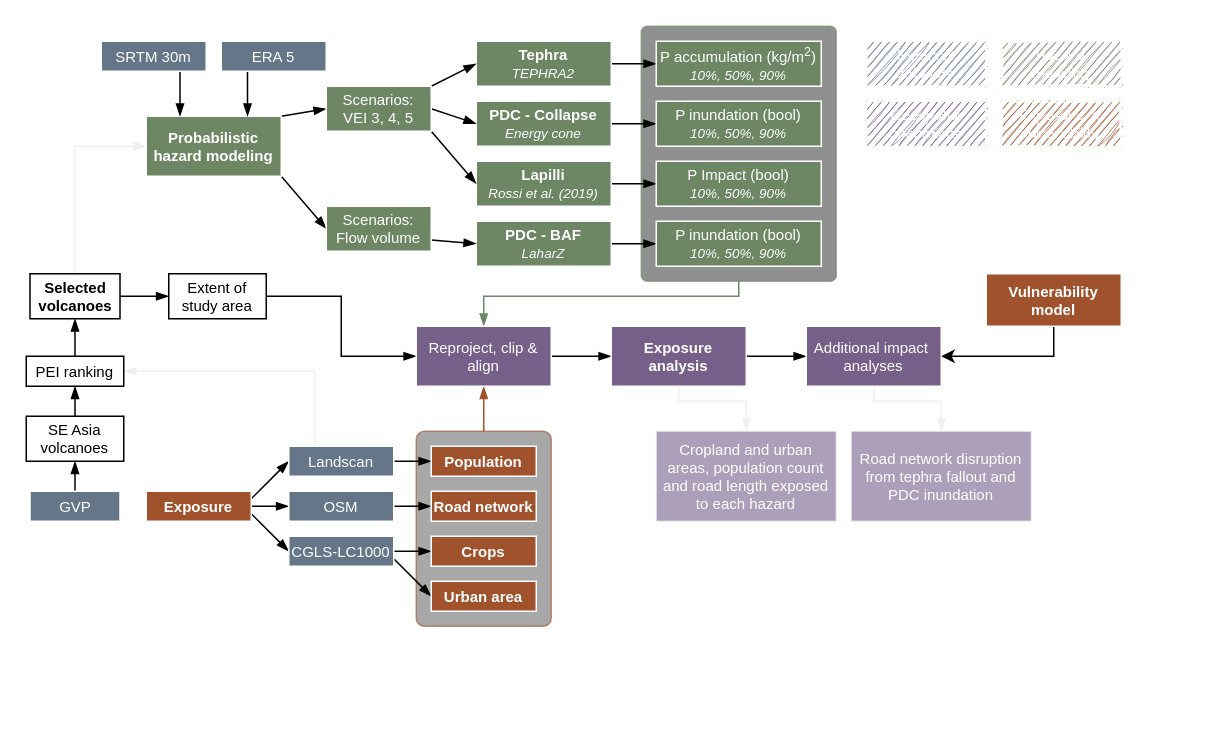
Before: workflow.drawio in vharg/VolcGIS, a draw.io diagram. Source tidied: cells renumbered, new cells numbered last; positions are measured from the earlier drawing's top-left corner, leaving out a move shared by most shapes. Both pictures are drawn from the tidied source at 150%, with x=0, y=0 at pixel (26, 26).
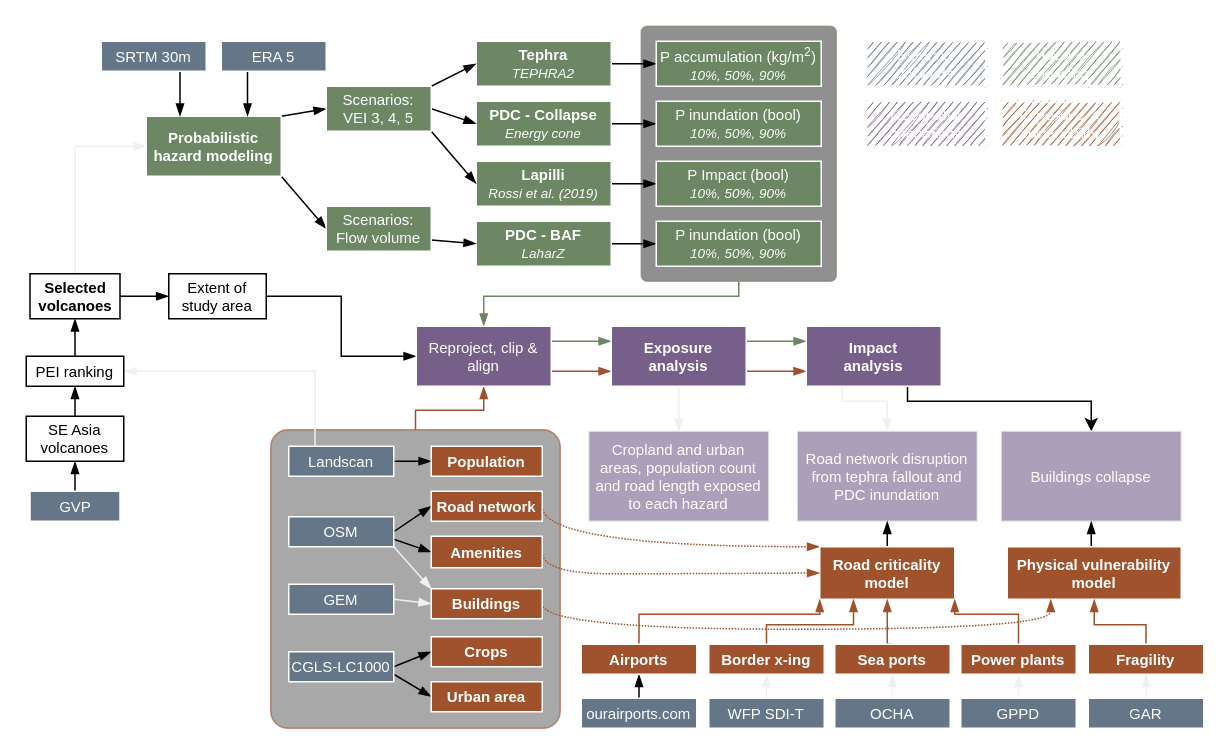
The same diagram, later.

The change refers to these unchanged cells:
```xml
<mxCell id="36" value="Landscan" style="rounded=0;whiteSpace=wrap;html=1;fontSize=10;fillColor=#647687;fontColor=#ffffff;strokeColor=#FFFFFF;" parent="1" vertex="1">
  <mxGeometry x="175" y="280" width="70" height="20" as="geometry" />
</mxCell>
<mxCell id="47" value="Reproject, clip &amp;amp; align" style="rounded=0;whiteSpace=wrap;html=1;fontSize=10;fillColor=#76608a;fontColor=#ffffff;strokeColor=#FFFFFF;" parent="1" vertex="1">
  <mxGeometry x="260" y="200" width="90" height="40" as="geometry" />
</mxCell>
<mxCell id="54" value="Exposure &lt;br&gt;analysis" style="rounded=0;whiteSpace=wrap;html=1;fontSize=10;fillColor=#76608a;fontColor=#ffffff;strokeColor=#FFFFFF;fontStyle=1;" parent="1" vertex="1">
  <mxGeometry x="390" y="200" width="90" height="40" as="geometry" />
</mxCell>
```

The edit, as a diff of the source:
```diff
@@
     <mxCell id="2" style="edgeStyle=orthogonalEdgeStyle;rounded=0;jumpSize=6;jettySize=auto;html=1;startArrow=none;startFill=0;endArrow=blockThin;endFill=1;strokeWidth=1;fontSize=10;strokeColor=#A0522D;" parent="1" edge="1" source="3" target="47">
-      <mxGeometry relative="1" as="geometry" />
+      <mxGeometry relative="1" as="geometry">
+        <Array as="points">
+          <mxPoint x="260" y="256" />
+          <mxPoint x="305" y="256" />
+        </Array>
+      </mxGeometry>
     </mxCell>
     <mxCell id="3" style="rounded=1;whiteSpace=wrap;html=1;shadow=0;strokeWidth=1;fontSize=10;opacity=60;arcSize=6;fillColor=#6E6E6E;strokeColor=#A0522D;" parent="1" vertex="1">
-      <mxGeometry x="260" y="270" width="90" height="130" as="geometry" />
+      <mxGeometry x="163" y="269" width="193" height="199" as="geometry" />
     </mxCell>
@@
-    <mxCell id="12" style="edgeStyle=none;rounded=0;jettySize=auto;html=1;exitX=1;exitY=0.25;exitDx=0;exitDy=0;entryX=0;entryY=0.5;entryDx=0;entryDy=0;endArrow=blockThin;endFill=1;fontSize=10;" parent="1" edge="1" source="15" target="36">
-      <mxGeometry relative="1" as="geometry" />
-    </mxCell>
-    <mxCell id="13" style="edgeStyle=none;rounded=0;jettySize=auto;html=1;exitX=1;exitY=0.5;exitDx=0;exitDy=0;entryX=0;entryY=0.5;entryDx=0;entryDy=0;endArrow=blockThin;endFill=1;fontSize=10;" parent="1" edge="1" source="15" target="41">
-      <mxGeometry relative="1" as="geometry" />
-    </mxCell>
-    <mxCell id="14" style="edgeStyle=none;rounded=0;jettySize=auto;html=1;exitX=1;exitY=0.75;exitDx=0;exitDy=0;entryX=0;entryY=0.5;entryDx=0;entryDy=0;endArrow=blockThin;endFill=1;fontSize=10;" parent="1" edge="1" source="15" target="39">
-      <mxGeometry relative="1" as="geometry" />
-    </mxCell>
-    <mxCell id="15" value="Exposure" style="rounded=0;whiteSpace=wrap;html=1;fontSize=10;fillColor=#a0522d;fontColor=#ffffff;strokeColor=#FFFFFF;fontStyle=1;" parent="1" vertex="1">
-      <mxGeometry x="80" y="310" width="70" height="20" as="geometry" />
-    </mxCell>
@@
     <mxCell id="39" value="CGLS-LC1000" style="rounded=0;whiteSpace=wrap;html=1;fontSize=10;fillColor=#647687;fontColor=#ffffff;strokeColor=#FFFFFF;" parent="1" vertex="1">
-      <mxGeometry x="175" y="340" width="70" height="20" as="geometry" />
+      <mxGeometry x="175" y="417" width="70" height="20" as="geometry" />
     </mxCell>
@@
+    <mxCell id="73" style="rounded=0;jettySize=auto;html=1;exitX=1;exitY=0.75;exitDx=0;exitDy=0;entryX=0;entryY=0.5;entryDx=0;entryDy=0;endArrow=blockThin;endFill=1;" parent="1" edge="1" source="41" target="86">
+      <mxGeometry relative="1" as="geometry" />
+    </mxCell>
+    <mxCell id="74" style="edgeStyle=none;rounded=0;jettySize=auto;html=1;exitX=1;exitY=1;exitDx=0;exitDy=0;entryX=0;entryY=0;entryDx=0;entryDy=0;endArrow=blockThin;endFill=1;strokeColor=#f0f0f0;" parent="1" edge="1" source="41" target="88">
+      <mxGeometry relative="1" as="geometry" />
+    </mxCell>
     <mxCell id="41" value="OSM" style="rounded=0;whiteSpace=wrap;html=1;fontSize=10;fillColor=#647687;fontColor=#ffffff;strokeColor=#FFFFFF;" parent="1" vertex="1">
-      <mxGeometry x="175" y="310" width="70" height="20" as="geometry" />
+      <mxGeometry x="175" y="327" width="70" height="20" as="geometry" />
     </mxCell>
+    <mxCell id="75" style="edgeStyle=orthogonalEdgeStyle;rounded=0;jettySize=auto;html=1;exitX=1;exitY=0.5;exitDx=0;exitDy=0;entryX=0;entryY=0;entryDx=0;entryDy=0;dashed=1;dashPattern=1 1;endArrow=blockThin;endFill=1;strokeColor=#A0522D;curved=1;" parent="1" edge="1" source="42" target="70">
+      <mxGeometry relative="1" as="geometry">
+        <Array as="points">
+          <mxPoint x="344" y="347" />
+        </Array>
+      </mxGeometry>
+    </mxCell>
     <mxCell id="42" value="Road network" style="rounded=0;whiteSpace=wrap;html=1;fontSize=10;fillColor=#a0522d;fontColor=#ffffff;strokeColor=#FFFFFF;fontStyle=1;" parent="1" vertex="1">
-      <mxGeometry x="270" y="310" width="70" height="20" as="geometry" />
+      <mxGeometry x="270" y="310" width="74" height="20" as="geometry" />
     </mxCell>
     <mxCell id="43" value="Crops" style="rounded=0;whiteSpace=wrap;html=1;fontSize=10;fillColor=#a0522d;fontColor=#ffffff;strokeColor=#FFFFFF;fontStyle=1;" parent="1" vertex="1">
-      <mxGeometry x="270" y="340" width="70" height="20" as="geometry" />
+      <mxGeometry x="270" y="407" width="74" height="20" as="geometry" />
     </mxCell>
     <mxCell id="44" value="Urban area" style="rounded=0;whiteSpace=wrap;html=1;fontSize=10;fillColor=#a0522d;fontColor=#ffffff;strokeColor=#FFFFFF;fontStyle=1;" parent="1" vertex="1">
-      <mxGeometry x="270" y="370" width="70" height="20" as="geometry" />
+      <mxGeometry x="270" y="437" width="74" height="20" as="geometry" />
     </mxCell>
     <mxCell id="45" value="Population" style="rounded=0;whiteSpace=wrap;html=1;fontSize=10;fillColor=#a0522d;fontColor=#ffffff;strokeColor=#FFFFFF;fontStyle=1;" parent="1" vertex="1">
-      <mxGeometry x="270" y="280" width="70" height="20" as="geometry" />
+      <mxGeometry x="270" y="280" width="74" height="20" as="geometry" />
     </mxCell>
-    <mxCell id="46" style="edgeStyle=orthogonalEdgeStyle;rounded=0;jumpSize=6;jettySize=auto;html=1;exitX=1;exitY=0.5;exitDx=0;exitDy=0;startArrow=none;startFill=0;endArrow=blockThin;endFill=1;strokeWidth=1;fontSize=10;" parent="1" edge="1" source="47" target="54">
-      <mxGeometry relative="1" as="geometry" />
-    </mxCell>
+    <mxCell id="76" style="edgeStyle=orthogonalEdgeStyle;rounded=0;jettySize=auto;html=1;exitX=1;exitY=0.25;exitDx=0;exitDy=0;entryX=0;entryY=0.25;entryDx=0;entryDy=0;endArrow=blockThin;endFill=1;strokeColor=#6D8764;" parent="1" edge="1" source="47" target="54">
+      <mxGeometry relative="1" as="geometry" />
+    </mxCell>
+    <mxCell id="77" style="edgeStyle=orthogonalEdgeStyle;rounded=0;jettySize=auto;html=1;exitX=1;exitY=0.75;exitDx=0;exitDy=0;entryX=0;entryY=0.75;entryDx=0;entryDy=0;endArrow=blockThin;endFill=1;strokeColor=#A0522D;" parent="1" edge="1" source="47" target="54">
+      <mxGeometry relative="1" as="geometry" />
+    </mxCell>
@@
-    <mxCell id="52" style="edgeStyle=orthogonalEdgeStyle;rounded=0;jumpSize=6;jettySize=auto;html=1;exitX=1;exitY=0.5;exitDx=0;exitDy=0;entryX=0;entryY=0.5;entryDx=0;entryDy=0;startArrow=none;startFill=0;endArrow=blockThin;endFill=1;strokeWidth=1;fontSize=10;" parent="1" edge="1" source="54" target="64">
-      <mxGeometry relative="1" as="geometry" />
-    </mxCell>
     <mxCell id="53" style="edgeStyle=orthogonalEdgeStyle;rounded=0;jumpSize=4;jettySize=auto;html=1;exitX=0.5;exitY=1;exitDx=0;exitDy=0;entryX=0.5;entryY=0;entryDx=0;entryDy=0;startArrow=none;startFill=0;endArrow=blockThin;endFill=1;strokeColor=#F0F0F0;strokeWidth=1;fontSize=10;" parent="1" edge="1" source="54" target="65">
       <mxGeometry relative="1" as="geometry">
         <Array as="points">
-          <mxPoint x="435" y="250" />
-          <mxPoint x="480" y="250" />
+          <mxPoint x="435" y="260" />
+          <mxPoint x="435" y="260" />
         </Array>
       </mxGeometry>
     </mxCell>
+    <mxCell id="78" style="edgeStyle=orthogonalEdgeStyle;rounded=0;jettySize=auto;html=1;exitX=1;exitY=0.25;exitDx=0;exitDy=0;entryX=0;entryY=0.25;entryDx=0;entryDy=0;endArrow=blockThin;endFill=1;strokeColor=#6D8764;" parent="1" edge="1" source="54" target="64">
+      <mxGeometry relative="1" as="geometry" />
+    </mxCell>
+    <mxCell id="79" style="edgeStyle=orthogonalEdgeStyle;rounded=0;jettySize=auto;html=1;exitX=1;exitY=0.75;exitDx=0;exitDy=0;entryX=0;entryY=0.75;entryDx=0;entryDy=0;endArrow=blockThin;endFill=1;strokeColor=#A0522D;" parent="1" edge="1" source="54" target="64">
+      <mxGeometry relative="1" as="geometry" />
+    </mxCell>
@@
     <mxCell id="63" style="edgeStyle=orthogonalEdgeStyle;rounded=0;jumpSize=4;jettySize=auto;html=1;exitX=0.5;exitY=1;exitDx=0;exitDy=0;entryX=0.5;entryY=0;entryDx=0;entryDy=0;startArrow=none;startFill=0;endArrow=blockThin;endFill=1;strokeColor=#F0F0F0;strokeWidth=1;fontSize=10;" parent="1" edge="1" source="64" target="66">
       <mxGeometry relative="1" as="geometry">
         <Array as="points">
-          <mxPoint x="565" y="250" />
-          <mxPoint x="610" y="250" />
+          <mxPoint x="544" y="240" />
+          <mxPoint x="544" y="250" />
+          <mxPoint x="574" y="250" />
         </Array>
       </mxGeometry>
     </mxCell>
+    <mxCell id="80" style="edgeStyle=orthogonalEdgeStyle;rounded=0;jettySize=auto;html=1;exitX=0.75;exitY=1;exitDx=0;exitDy=0;entryX=0.5;entryY=0;entryDx=0;entryDy=0;" parent="1" edge="1" source="64" target="82">
+      <mxGeometry relative="1" as="geometry">
+        <Array as="points">
+          <mxPoint x="588" y="250" />
+          <mxPoint x="710" y="250" />
+        </Array>
+      </mxGeometry>
+    </mxCell>
-    <mxCell id="64" value="Additional impact&amp;nbsp;&lt;br&gt;analyses" style="rounded=0;whiteSpace=wrap;html=1;fontSize=10;fillColor=#76608a;fontColor=#ffffff;strokeColor=#FFFFFF;" parent="1" vertex="1">
+    <mxCell id="64" value="&lt;b&gt;Impact&lt;br&gt;analysis&lt;/b&gt;" style="rounded=0;whiteSpace=wrap;html=1;fontSize=10;fillColor=#76608a;fontColor=#ffffff;strokeColor=#FFFFFF;" parent="1" vertex="1">
       <mxGeometry x="520" y="200" width="90" height="40" as="geometry" />
     </mxCell>
     <mxCell id="65" value="&lt;span style=&quot;color: rgb(255, 255, 255);&quot;&gt;Cropland and urban areas, population count and road length exposed to each hazard&lt;/span&gt;" style="rounded=0;whiteSpace=wrap;html=1;shadow=0;strokeWidth=1;fillColor=#76608a;fontSize=10;fontColor=#ffffff;strokeColor=#F0F0F0;align=center;opacity=60;" parent="1" vertex="1">
-      <mxGeometry x="420" y="270" width="120" height="60" as="geometry" />
+      <mxGeometry x="375" y="270" width="120" height="60" as="geometry" />
     </mxCell>
     <mxCell id="66" value="&lt;span style=&quot;color: rgb(255 , 255 , 255)&quot;&gt;Road network disruption from tephra fallout and PDC inundation&lt;/span&gt;" style="rounded=0;whiteSpace=wrap;html=1;shadow=0;strokeWidth=1;fillColor=#76608a;fontSize=10;fontColor=#ffffff;strokeColor=#F0F0F0;align=center;opacity=60;" parent="1" vertex="1">
-      <mxGeometry x="550" y="270" width="120" height="60" as="geometry" />
+      <mxGeometry x="514" y="270" width="120" height="60" as="geometry" />
     </mxCell>
@@
-    <mxCell id="69" style="edgeStyle=orthogonalEdgeStyle;rounded=0;jettySize=auto;html=1;exitX=0.5;exitY=1;exitDx=0;exitDy=0;entryX=1;entryY=0.5;entryDx=0;entryDy=0;fontFamily=Comic Sans MS;" parent="1" edge="1" source="70" target="64">
-      <mxGeometry relative="1" as="geometry" />
-    </mxCell>
+    <mxCell id="81" style="edgeStyle=orthogonalEdgeStyle;rounded=0;jettySize=auto;html=1;exitX=0.5;exitY=0;exitDx=0;exitDy=0;entryX=0.5;entryY=1;entryDx=0;entryDy=0;endArrow=blockThin;endFill=1;" parent="1" edge="1" source="70" target="66">
+      <mxGeometry relative="1" as="geometry" />
+    </mxCell>
-    <mxCell id="70" value="Vulnerability model" style="rounded=0;whiteSpace=wrap;html=1;fontSize=10;fillColor=#a0522d;fontColor=#ffffff;strokeColor=#FFFFFF;fontStyle=1;" parent="1" vertex="1">
-      <mxGeometry x="640" y="165" width="90" height="35" as="geometry" />
+    <mxCell id="70" value="Road criticality&lt;br&gt;model" style="rounded=0;whiteSpace=wrap;html=1;fontSize=10;fillColor=#a0522d;fontColor=#ffffff;strokeColor=#FFFFFF;fontStyle=1;" parent="1" vertex="1">
+      <mxGeometry x="529" y="347" width="90" height="35" as="geometry" />
     </mxCell>
@@
+    <mxCell id="82" value="&lt;span style=&quot;color: rgb(255 , 255 , 255)&quot;&gt;Buildings collapse&lt;/span&gt;" style="rounded=0;whiteSpace=wrap;html=1;shadow=0;strokeWidth=1;fillColor=#76608a;fontSize=10;fontColor=#ffffff;strokeColor=#F0F0F0;align=center;opacity=60;" parent="1" vertex="1">
+      <mxGeometry x="650" y="270" width="120" height="60" as="geometry" />
+    </mxCell>
+    <mxCell id="83" style="edgeStyle=orthogonalEdgeStyle;rounded=0;jettySize=auto;html=1;exitX=0.5;exitY=0;exitDx=0;exitDy=0;entryX=0.5;entryY=1;entryDx=0;entryDy=0;endArrow=blockThin;endFill=1;" parent="1" edge="1" source="84" target="82">
+      <mxGeometry relative="1" as="geometry" />
+    </mxCell>
+    <mxCell id="84" value="Physical vulnerability model" style="rounded=0;whiteSpace=wrap;html=1;fontSize=10;fillColor=#a0522d;fontColor=#ffffff;strokeColor=#FFFFFF;fontStyle=1;" parent="1" vertex="1">
+      <mxGeometry x="654" y="347" width="116" height="35" as="geometry" />
+    </mxCell>
+    <mxCell id="85" style="edgeStyle=orthogonalEdgeStyle;rounded=0;jettySize=auto;html=1;exitX=1;exitY=0.5;exitDx=0;exitDy=0;entryX=0;entryY=0.5;entryDx=0;entryDy=0;dashed=1;dashPattern=1 1;endArrow=blockThin;endFill=1;strokeColor=#A0522D;curved=1;" parent="1" edge="1" source="86" target="70">
+      <mxGeometry relative="1" as="geometry">
+        <Array as="points">
+          <mxPoint x="344" y="365" />
+          <mxPoint x="437" y="365" />
+        </Array>
+      </mxGeometry>
+    </mxCell>
+    <mxCell id="86" value="Amenities" style="rounded=0;whiteSpace=wrap;html=1;fontSize=10;fillColor=#a0522d;fontColor=#ffffff;strokeColor=#FFFFFF;fontStyle=1;" parent="1" vertex="1">
+      <mxGeometry x="270" y="340" width="74" height="21" as="geometry" />
+    </mxCell>
+    <mxCell id="87" style="edgeStyle=orthogonalEdgeStyle;rounded=0;jettySize=auto;html=1;exitX=1;exitY=0.5;exitDx=0;exitDy=0;entryX=0.25;entryY=1;entryDx=0;entryDy=0;dashed=1;dashPattern=1 1;endArrow=blockThin;endFill=1;strokeColor=#A0522D;curved=1;" parent="1" edge="1" source="88" target="84">
+      <mxGeometry relative="1" as="geometry">
+        <Array as="points">
+          <mxPoint x="344" y="402" />
+          <mxPoint x="683" y="402" />
+        </Array>
+      </mxGeometry>
+    </mxCell>
+    <mxCell id="88" value="Buildings" style="rounded=0;whiteSpace=wrap;html=1;fontSize=10;fillColor=#a0522d;fontColor=#ffffff;strokeColor=#FFFFFF;fontStyle=1;" parent="1" vertex="1">
+      <mxGeometry x="270" y="375" width="74" height="20" as="geometry" />
+    </mxCell>
+    <mxCell id="89" style="edgeStyle=none;rounded=0;jettySize=auto;html=1;exitX=1;exitY=0.5;exitDx=0;exitDy=0;entryX=0;entryY=0.5;entryDx=0;entryDy=0;endArrow=blockThin;endFill=1;strokeColor=#f0f0f0;" parent="1" edge="1" source="90" target="88">
+      <mxGeometry relative="1" as="geometry" />
+    </mxCell>
+    <mxCell id="90" value="GEM" style="rounded=0;whiteSpace=wrap;html=1;fontSize=10;fillColor=#647687;fontColor=#ffffff;strokeColor=#FFFFFF;" parent="1" vertex="1">
+      <mxGeometry x="175" y="372" width="70" height="20" as="geometry" />
+    </mxCell>
+    <mxCell id="91" style="edgeStyle=orthogonalEdgeStyle;rounded=0;jettySize=auto;html=1;exitX=0.5;exitY=0;exitDx=0;exitDy=0;entryX=0.5;entryY=1;entryDx=0;entryDy=0;endArrow=blockThin;endFill=1;" parent="1" edge="1" source="92" target="98">
+      <mxGeometry relative="1" as="geometry" />
+    </mxCell>
+    <mxCell id="92" value="ourairports.com" style="rounded=0;whiteSpace=wrap;html=1;fontSize=10;fillColor=#647687;fontColor=#ffffff;strokeColor=#FFFFFF;" parent="1" vertex="1">
+      <mxGeometry x="370" y="448" width="77" height="20" as="geometry" />
+    </mxCell>
+    <mxCell id="93" style="edgeStyle=orthogonalEdgeStyle;rounded=0;jettySize=auto;html=1;exitX=0.5;exitY=0;exitDx=0;exitDy=0;entryX=0.5;entryY=1;entryDx=0;entryDy=0;endArrow=blockThin;endFill=1;strokeColor=#f0f0f0;" parent="1" edge="1" source="94" target="102">
+      <mxGeometry relative="1" as="geometry" />
+    </mxCell>
+    <mxCell id="94" value="WFP SDI-T" style="rounded=0;whiteSpace=wrap;html=1;fontSize=10;fillColor=#647687;fontColor=#ffffff;strokeColor=#FFFFFF;" parent="1" vertex="1">
+      <mxGeometry x="455" y="448" width="77" height="20" as="geometry" />
+    </mxCell>
+    <mxCell id="95" style="edgeStyle=orthogonalEdgeStyle;rounded=0;jettySize=auto;html=1;exitX=0.5;exitY=0;exitDx=0;exitDy=0;entryX=0.5;entryY=1;entryDx=0;entryDy=0;endArrow=blockThin;endFill=1;strokeColor=#f0f0f0;" parent="1" edge="1" source="96" target="104">
+      <mxGeometry relative="1" as="geometry" />
+    </mxCell>
+    <mxCell id="96" value="OCHA" style="rounded=0;whiteSpace=wrap;html=1;fontSize=10;fillColor=#647687;fontColor=#ffffff;strokeColor=#FFFFFF;" parent="1" vertex="1">
+      <mxGeometry x="539" y="448" width="77" height="20" as="geometry" />
+    </mxCell>
+    <mxCell id="97" style="rounded=0;jettySize=auto;html=1;exitX=0.5;exitY=0;exitDx=0;exitDy=0;entryX=0;entryY=1;entryDx=0;entryDy=0;endArrow=blockThin;endFill=1;strokeColor=#A0522D;edgeStyle=orthogonalEdgeStyle;" parent="1" edge="1" source="98" target="70">
+      <mxGeometry relative="1" as="geometry">
+        <Array as="points">
+          <mxPoint x="408" y="392" />
+          <mxPoint x="529" y="392" />
+        </Array>
+      </mxGeometry>
+    </mxCell>
+    <mxCell id="98" value="Airports" style="rounded=0;whiteSpace=wrap;html=1;fontSize=10;fillColor=#a0522d;fontColor=#ffffff;strokeColor=#FFFFFF;fontStyle=1;" parent="1" vertex="1">
+      <mxGeometry x="370" y="412" width="77" height="20" as="geometry" />
+    </mxCell>
+    <mxCell id="99" style="edgeStyle=orthogonalEdgeStyle;rounded=0;jettySize=auto;html=1;exitX=0.5;exitY=0;exitDx=0;exitDy=0;entryX=0.5;entryY=1;entryDx=0;entryDy=0;endArrow=blockThin;endFill=1;strokeColor=#f0f0f0;" parent="1" edge="1" source="100" target="106">
+      <mxGeometry relative="1" as="geometry" />
+    </mxCell>
+    <mxCell id="100" value="GPPD" style="rounded=0;whiteSpace=wrap;html=1;fontSize=10;fillColor=#647687;fontColor=#ffffff;strokeColor=#FFFFFF;" parent="1" vertex="1">
+      <mxGeometry x="623" y="448" width="77" height="20" as="geometry" />
+    </mxCell>
+    <mxCell id="101" style="edgeStyle=orthogonalEdgeStyle;rounded=0;jettySize=auto;html=1;exitX=0.5;exitY=0;exitDx=0;exitDy=0;entryX=0.25;entryY=1;entryDx=0;entryDy=0;endArrow=blockThin;endFill=1;strokeColor=#A0522D;" parent="1" edge="1" source="102" target="70">
+      <mxGeometry relative="1" as="geometry">
+        <Array as="points">
+          <mxPoint x="494" y="399" />
+          <mxPoint x="552" y="399" />
+        </Array>
+      </mxGeometry>
+    </mxCell>
+    <mxCell id="102" value="Border x-ing" style="rounded=0;whiteSpace=wrap;html=1;fontSize=10;fillColor=#a0522d;fontColor=#ffffff;strokeColor=#FFFFFF;fontStyle=1;" parent="1" vertex="1">
+      <mxGeometry x="455" y="412" width="77" height="20" as="geometry" />
+    </mxCell>
+    <mxCell id="103" style="edgeStyle=orthogonalEdgeStyle;rounded=0;jettySize=auto;html=1;exitX=0.5;exitY=0;exitDx=0;exitDy=0;entryX=0.5;entryY=1;entryDx=0;entryDy=0;endArrow=blockThin;endFill=1;strokeColor=#A0522D;" parent="1" edge="1" source="104" target="70">
+      <mxGeometry relative="1" as="geometry" />
+    </mxCell>
+    <mxCell id="104" value="Sea ports" style="rounded=0;whiteSpace=wrap;html=1;fontSize=10;fillColor=#a0522d;fontColor=#ffffff;strokeColor=#FFFFFF;fontStyle=1;" parent="1" vertex="1">
+      <mxGeometry x="539" y="412" width="77" height="20" as="geometry" />
+    </mxCell>
+    <mxCell id="105" style="edgeStyle=orthogonalEdgeStyle;rounded=0;jettySize=auto;html=1;exitX=0.5;exitY=0;exitDx=0;exitDy=0;entryX=1;entryY=1;entryDx=0;entryDy=0;endArrow=blockThin;endFill=1;strokeColor=#A0522D;" parent="1" edge="1" source="106" target="70">
+      <mxGeometry relative="1" as="geometry" />
+    </mxCell>
+    <mxCell id="106" value="Power plants" style="rounded=0;whiteSpace=wrap;html=1;fontSize=10;fillColor=#a0522d;fontColor=#ffffff;strokeColor=#FFFFFF;fontStyle=1;" parent="1" vertex="1">
+      <mxGeometry x="623" y="412" width="77" height="20" as="geometry" />
+    </mxCell>
+    <mxCell id="107" style="edgeStyle=orthogonalEdgeStyle;rounded=0;jettySize=auto;html=1;exitX=0.5;exitY=0;exitDx=0;exitDy=0;entryX=0.5;entryY=1;entryDx=0;entryDy=0;endArrow=blockThin;endFill=1;strokeColor=#f0f0f0;" parent="1" edge="1" source="108" target="110">
+      <mxGeometry relative="1" as="geometry" />
+    </mxCell>
+    <mxCell id="108" value="GAR" style="rounded=0;whiteSpace=wrap;html=1;fontSize=10;fillColor=#647687;fontColor=#ffffff;strokeColor=#FFFFFF;" parent="1" vertex="1">
+      <mxGeometry x="708" y="448" width="77" height="20" as="geometry" />
+    </mxCell>
+    <mxCell id="109" style="edgeStyle=orthogonalEdgeStyle;rounded=0;jettySize=auto;html=1;exitX=0.5;exitY=0;exitDx=0;exitDy=0;entryX=0.5;entryY=1;entryDx=0;entryDy=0;endArrow=blockThin;endFill=1;strokeColor=#A0522D;" parent="1" edge="1" source="110" target="84">
+      <mxGeometry relative="1" as="geometry">
+        <Array as="points">
+          <mxPoint x="746" y="399" />
+          <mxPoint x="712" y="399" />
+        </Array>
+      </mxGeometry>
+    </mxCell>
+    <mxCell id="110" value="Fragility" style="rounded=0;whiteSpace=wrap;html=1;fontSize=10;fillColor=#a0522d;fontColor=#ffffff;strokeColor=#FFFFFF;fontStyle=1;" parent="1" vertex="1">
+      <mxGeometry x="708" y="412" width="77" height="20" as="geometry" />
+    </mxCell>
```
